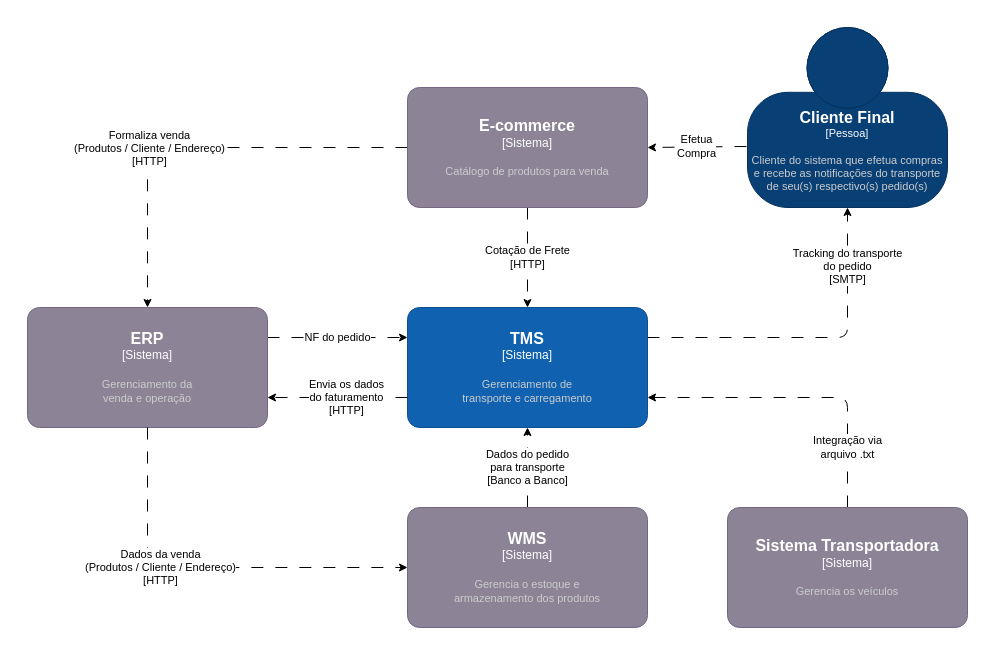
Above: diagramas/contexto.drawio in EdiPSilva/puc-minas-arquitetura-de-software (draw.io), before the change. Source tidied: cells renumbered, new cells numbered last; positions are measured from the earlier drawing's top-left corner, leaving out a move shared by most shapes. Both pictures are drawn from the tidied source at 100%, with x=0, y=0 at pixel (17, 17).
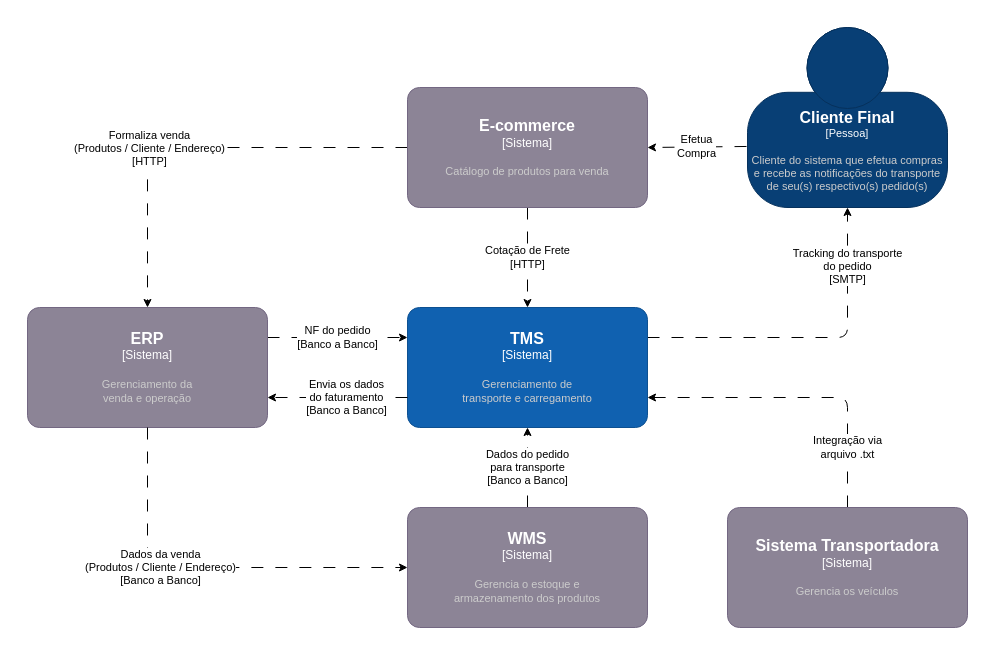
Above is the later version.

Unchanged cells that the change refers to:
```xml
<mxCell id="2" style="group;" parent="1" vertex="1">
  <mxGeometry width="960" height="620" as="geometry" />
</mxCell>
<object id="6" label="&lt;font style=&quot;font-size: 16px&quot;&gt;&lt;b&gt;%c4Name%&lt;/b&gt;&lt;/font&gt;&lt;div&gt;[%c4Type%]&lt;/div&gt;&lt;br&gt;&lt;div&gt;&lt;font style=&quot;font-size: 11px&quot;&gt;&lt;font color=&quot;#cccccc&quot;&gt;%c4Description%&lt;/font&gt;&lt;/div&gt;" c4Description="Gerenciamento de&#10;transporte e carregamento" c4Name="TMS" c4Type="Sistema" placeholders="1">
  <mxCell style="rounded=1;whiteSpace=wrap;html=1;labelBackgroundColor=none;fillColor=#1061B0;fontColor=#ffffff;align=center;arcSize=10;strokeColor=#0D5091;points=[[0.25,0,0],[0.5,0,0],[0.75,0,0],[1,0.25,0],[1,0.5,0],[1,0.75,0],[0.75,1,0],[0.5,1,0],[0.25,1,0],[0,0.75,0],[0,0.5,0],[0,0.25,0]];" parent="2" vertex="1">
    <mxGeometry x="390" y="290" width="240" height="120" as="geometry" />
  </mxCell>
</object>
<object id="8" label="&lt;font style=&quot;font-size: 16px&quot;&gt;&lt;b&gt;%c4Name%&lt;/b&gt;&lt;/font&gt;&lt;div&gt;[%c4Type%]&lt;/div&gt;&lt;br&gt;&lt;div&gt;&lt;font style=&quot;font-size: 11px&quot;&gt;&lt;font color=&quot;#cccccc&quot;&gt;%c4Description%&lt;/font&gt;&lt;/div&gt;" c4Description="Gerenciamento da&#10;venda e operação" c4Name="ERP" c4Type="Sistema" placeholders="1">
  <mxCell style="rounded=1;whiteSpace=wrap;html=1;labelBackgroundColor=none;fillColor=#8C8496;fontColor=#ffffff;align=center;arcSize=10;strokeColor=#736782;points=[[0.25,0,0],[0.5,0,0],[0.75,0,0],[1,0.25,0],[1,0.5,0],[1,0.75,0],[0.75,1,0],[0.5,1,0],[0.25,1,0],[0,0.75,0],[0,0.5,0],[0,0.25,0]];" parent="2" vertex="1">
    <mxGeometry x="10" y="290" width="240" height="120" as="geometry" />
  </mxCell>
</object>
<mxCell id="9" style="edgeStyle=none;html=1;dashed=1;dashPattern=12 12;entryX=1;entryY=0.75;entryDx=0;entryDy=0;entryPerimeter=0;exitX=0;exitY=0.75;exitDx=0;exitDy=0;exitPerimeter=0;strokeColor=#000000;" parent="2" edge="1" source="6" target="8">
  <mxGeometry relative="1" as="geometry" />
</mxCell>
<mxCell id="13" style="edgeStyle=none;html=1;entryX=0;entryY=0.5;entryDx=0;entryDy=0;entryPerimeter=0;dashed=1;dashPattern=12 12;exitX=0.5;exitY=1;exitDx=0;exitDy=0;exitPerimeter=0;strokeColor=#000000;" parent="2" edge="1" source="8" target="12">
  <mxGeometry relative="1" as="geometry">
    <Array as="points">
      <mxPoint x="130" y="550" />
    </Array>
  </mxGeometry>
</mxCell>
```

What changed in the source:
```diff
@@
-    <mxCell id="7" value="NF do pedido" style="edgeStyle=none;html=1;entryX=0;entryY=0.25;entryDx=0;entryDy=0;entryPerimeter=0;dashed=1;dashPattern=12 12;exitX=1;exitY=0.25;exitDx=0;exitDy=0;exitPerimeter=0;strokeColor=#000000;fontColor=#000000;labelBackgroundColor=#FFFFFF;" parent="2" edge="1" source="8" target="6">
+    <mxCell id="7" value="NF do pedido&lt;br&gt;[Banco a Banco]" style="edgeStyle=none;html=1;entryX=0;entryY=0.25;entryDx=0;entryDy=0;entryPerimeter=0;dashed=1;dashPattern=12 12;exitX=1;exitY=0.25;exitDx=0;exitDy=0;exitPerimeter=0;strokeColor=#000000;fontColor=#000000;labelBackgroundColor=#FFFFFF;" parent="2" edge="1" source="8" target="6">
       <mxGeometry relative="1" as="geometry" />
     </mxCell>
@@
-    <mxCell id="10" value="Envia os dados&lt;br&gt;do faturamento&lt;br&gt;[HTTP]" style="edgeLabel;html=1;align=center;verticalAlign=middle;fontColor=#000000;labelBackgroundColor=#FFFFFF;" parent="9" vertex="1">
+    <mxCell id="10" value="Envia os dados&lt;br&gt;do faturamento&lt;br&gt;[Banco a Banco]" style="edgeLabel;html=1;align=center;verticalAlign=middle;fontColor=#000000;labelBackgroundColor=#FFFFFF;" parent="9" vertex="1">
       <mxGeometry x="-0.11" y="-1" relative="1" as="geometry" />
     </mxCell>
@@
-    <mxCell id="14" value="Dados da venda&lt;br&gt;(Produtos / Cliente / Endereço)&lt;br&gt;[HTTP]" style="edgeLabel;html=1;align=center;verticalAlign=middle;fontColor=#000000;labelBackgroundColor=#FFFFFF;" parent="13" vertex="1">
+    <mxCell id="14" value="Dados da venda&lt;br&gt;(Produtos / Cliente / Endereço)&lt;br&gt;[Banco a Banco]" style="edgeLabel;html=1;align=center;verticalAlign=middle;fontColor=#000000;labelBackgroundColor=#FFFFFF;" parent="13" vertex="1">
       <mxGeometry x="-0.24" y="1" relative="1" as="geometry" />
     </mxCell>
```
